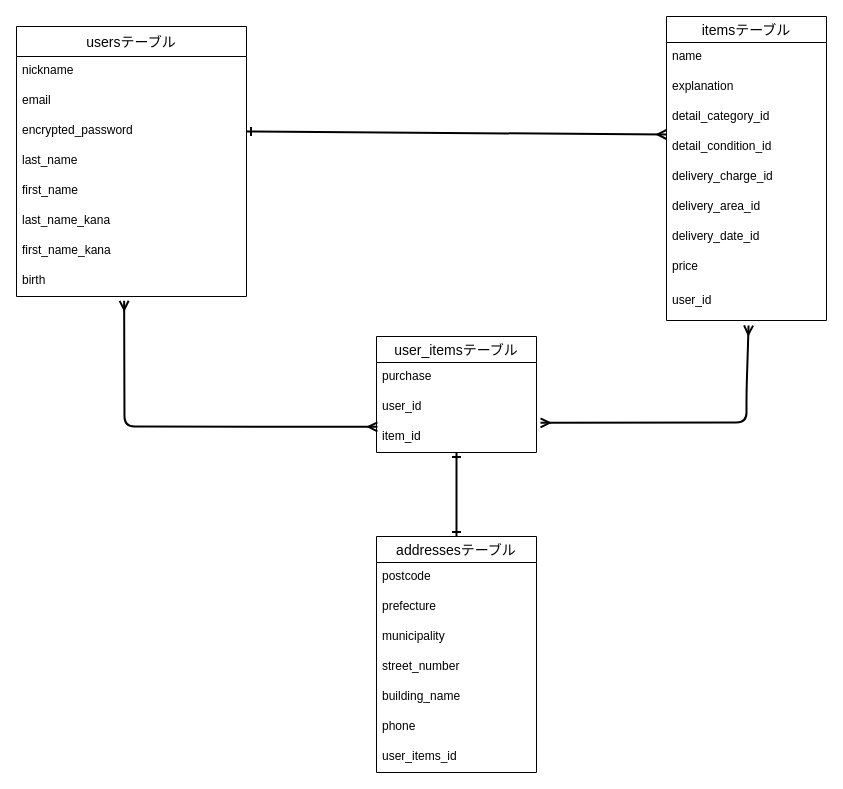
This is furima.dio from haji-me/furima-37814, a draw.io file, before an edit. Source tidied: cells renumbered, new cells numbered last; positions are measured from the earlier drawing's top-left corner, leaving out a move shared by most shapes. Both pictures are drawn from the tidied source at 100%, with x=0, y=0 at pixel (16, 16).
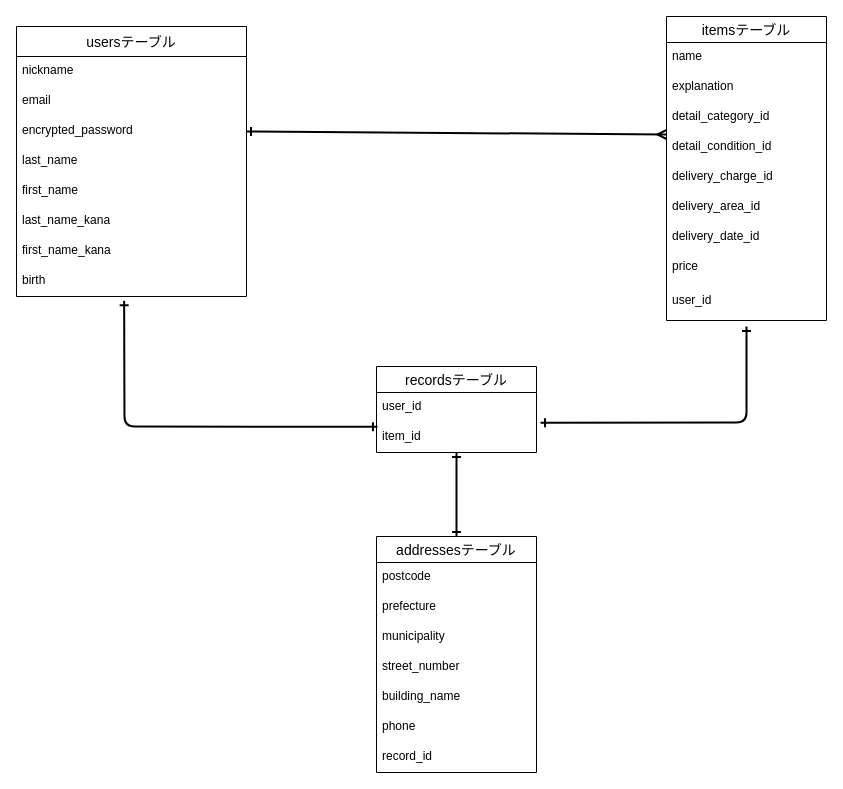
The same page after the edit.

Commit message (it also covers changes not shown here):
データベース設計の修正②

The change refers to these unchanged cells:
```xml
<mxCell id="10" value="birth" style="text;strokeColor=none;fillColor=none;spacingLeft=4;spacingRight=4;overflow=hidden;points=[[0,0.5],[1,0.5]];portConstraint=eastwest;fontSize=12;" parent="2" vertex="1">
  <mxGeometry y="240" width="230" height="30" as="geometry" />
</mxCell>
<mxCell id="20" value="user_id" style="text;strokeColor=none;fillColor=none;spacingLeft=4;spacingRight=4;overflow=hidden;points=[[0,0.5],[1,0.5]];portConstraint=eastwest;fontSize=12;" parent="11" vertex="1">
  <mxGeometry y="270" width="160" height="34" as="geometry" />
</mxCell>
<mxCell id="22" value="addressesテーブル" style="swimlane;fontStyle=0;horizontal=1;startSize=26;align=center;fontSize=14;" parent="1" vertex="1">
  <mxGeometry x="360" y="520" width="160" height="236" as="geometry" />
</mxCell>
```

Diff of the diagram source:
```diff
@@
-    <mxCell id="29" value="user_items_id" style="text;strokeColor=none;fillColor=none;spacingLeft=4;spacingRight=4;overflow=hidden;fontSize=12;" parent="22" vertex="1">
+    <mxCell id="29" value="record_id" style="text;strokeColor=none;fillColor=none;spacingLeft=4;spacingRight=4;overflow=hidden;fontSize=12;" parent="22" vertex="1">
       <mxGeometry y="206" width="160" height="30" as="geometry" />
     </mxCell>
@@
-    <mxCell id="31" value="user_itemsテーブル" style="swimlane;fontStyle=0;horizontal=1;startSize=26;align=center;fontSize=14;" parent="1" vertex="1">
-      <mxGeometry x="360" y="320" width="160" height="116" as="geometry" />
+    <mxCell id="31" value="recordsテーブル" style="swimlane;fontStyle=0;horizontal=1;startSize=26;align=center;fontSize=14;" parent="1" vertex="1">
+      <mxGeometry x="360" y="350" width="160" height="86" as="geometry" />
     </mxCell>
-    <mxCell id="32" value="purchase" style="text;strokeColor=none;fillColor=none;spacingLeft=4;spacingRight=4;overflow=hidden;fontSize=12;" parent="31" vertex="1">
-      <mxGeometry y="26" width="160" height="30" as="geometry" />
-    </mxCell>
     <mxCell id="33" value="user_id" style="text;strokeColor=none;fillColor=none;spacingLeft=4;spacingRight=4;overflow=hidden;points=[[0,0.5],[1,0.5]];portConstraint=eastwest;fontSize=12;" parent="31" vertex="1">
-      <mxGeometry y="56" width="160" height="30" as="geometry" />
+      <mxGeometry y="26" width="160" height="30" as="geometry" />
     </mxCell>
     <mxCell id="34" value="item_id" style="text;strokeColor=none;fillColor=none;spacingLeft=4;spacingRight=4;overflow=hidden;points=[[0,0.5],[1,0.5]];portConstraint=eastwest;fontSize=12;" parent="31" vertex="1">
-      <mxGeometry y="86" width="160" height="30" as="geometry" />
+      <mxGeometry y="56" width="160" height="30" as="geometry" />
     </mxCell>
-    <mxCell id="35" style="edgeStyle=none;jumpSize=30;html=1;entryX=0.006;entryY=1.144;entryDx=0;entryDy=0;startArrow=ERmany;startFill=0;endArrow=ERmany;endFill=0;strokeWidth=2;exitX=0.468;exitY=1.144;exitDx=0;exitDy=0;exitPerimeter=0;entryPerimeter=0;" parent="1" edge="1" source="10" target="33">
+    <mxCell id="35" style="edgeStyle=none;jumpSize=30;html=1;entryX=0.006;entryY=1.144;entryDx=0;entryDy=0;startArrow=ERone;startFill=0;endArrow=ERone;endFill=0;strokeWidth=2;exitX=0.468;exitY=1.144;exitDx=0;exitDy=0;exitPerimeter=0;entryPerimeter=0;" parent="1" edge="1" source="10" target="33">
       <mxGeometry relative="1" as="geometry">
         <Array as="points">
           <mxPoint x="108" y="410" />
         </Array>
       </mxGeometry>
     </mxCell>
-    <mxCell id="36" style="edgeStyle=none;jumpSize=30;html=1;entryX=1.025;entryY=0.011;entryDx=0;entryDy=0;startArrow=ERmany;startFill=0;endArrow=ERmany;endFill=0;strokeWidth=2;entryPerimeter=0;exitX=0.513;exitY=1.147;exitDx=0;exitDy=0;exitPerimeter=0;" parent="1" edge="1" source="20" target="34">
+    <mxCell id="36" style="edgeStyle=none;jumpSize=30;html=1;entryX=1.025;entryY=0.011;entryDx=0;entryDy=0;startArrow=ERone;startFill=0;endArrow=ERone;endFill=0;strokeWidth=2;entryPerimeter=0;exitX=0.5;exitY=1.176;exitDx=0;exitDy=0;exitPerimeter=0;" parent="1" edge="1" source="20" target="34">
       <mxGeometry relative="1" as="geometry">
         <Array as="points">
           <mxPoint x="730" y="376" />
           <mxPoint x="730" y="406" />
         </Array>
       </mxGeometry>
     </mxCell>
```
